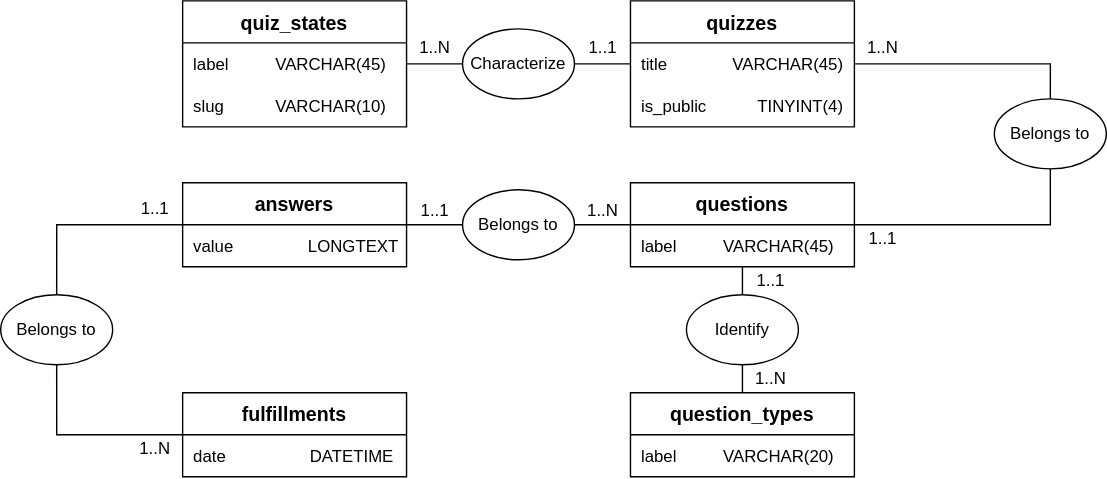
The draw.io diagram doc/db/cdm/diagram.svg in Nomeos/Looper, before a commit. Source tidied: cells renumbered, new cells last; positions are measured from the earlier drawing's top-left corner, leaving out a move shared by most shapes.
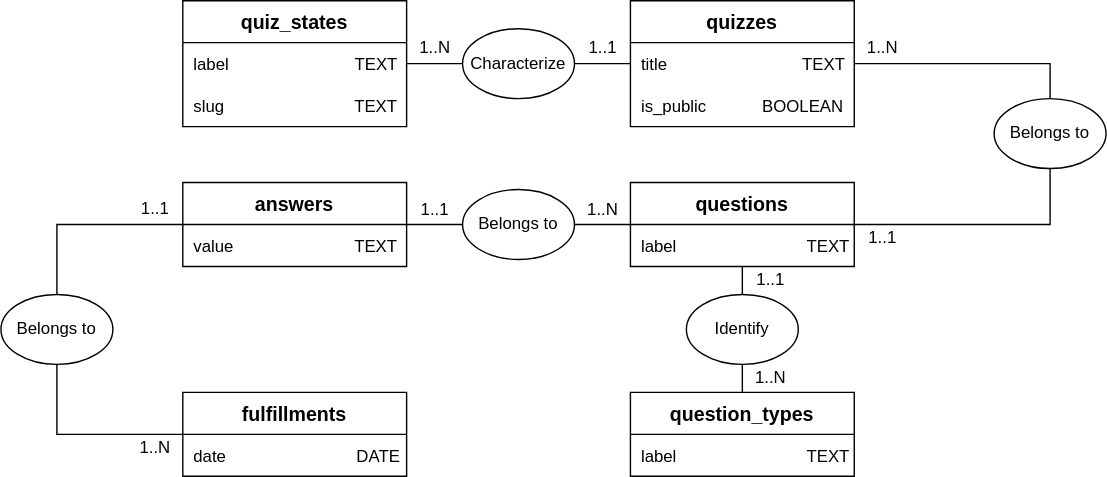
The same diagram one commit later.

Commit message:
Export new version of cdm to pdf and svg

Change to the diagram source:
```diff
@@ -5,43 +5,43 @@
     <mxCell id="2" value="quiz_states" style="swimlane;fontStyle=1;horizontal=1;startSize=30;align=center;fontSize=14;" parent="1" vertex="1">
       <mxGeometry x="130" width="160" height="90" as="geometry" />
     </mxCell>
-    <mxCell id="3" value="label          VARCHAR(45)" style="shape=partialRectangle;fillColor=none;top=0;left=0;bottom=0;right=0;align=left;spacingLeft=6;overflow=hidden;" parent="2" vertex="1">
+    <mxCell id="3" value="label                           TEXT" style="shape=partialRectangle;fillColor=none;top=0;left=0;bottom=0;right=0;align=left;spacingLeft=6;overflow=hidden;" parent="2" vertex="1">
       <mxGeometry y="30" width="160" height="30" as="geometry" />
     </mxCell>
-    <mxCell id="4" value="slug           VARCHAR(10)" style="shape=partialRectangle;fillColor=none;top=0;left=0;bottom=0;right=0;align=left;spacingLeft=6;overflow=hidden;" parent="2" vertex="1">
+    <mxCell id="4" value="slug                            TEXT" style="shape=partialRectangle;fillColor=none;top=0;left=0;bottom=0;right=0;align=left;spacingLeft=6;overflow=hidden;" parent="2" vertex="1">
       <mxGeometry y="60" width="160" height="30" as="geometry" />
     </mxCell>
     <mxCell id="5" value="quizzes" style="swimlane;fontStyle=1;horizontal=1;startSize=30;align=center;fontSize=14;" parent="1" vertex="1">
       <mxGeometry x="450" width="160" height="90" as="geometry" />
     </mxCell>
-    <mxCell id="6" value="title               VARCHAR(45)" style="shape=partialRectangle;fillColor=none;top=0;left=0;bottom=0;right=0;align=left;spacingLeft=6;overflow=hidden;" parent="5" vertex="1">
+    <mxCell id="6" value="title                             TEXT" style="shape=partialRectangle;fillColor=none;top=0;left=0;bottom=0;right=0;align=left;spacingLeft=6;overflow=hidden;" parent="5" vertex="1">
       <mxGeometry y="30" width="160" height="30" as="geometry" />
     </mxCell>
-    <mxCell id="7" value="is_public            TINYINT(4)" style="shape=partialRectangle;fillColor=none;top=0;left=0;bottom=0;right=0;align=left;spacingLeft=6;overflow=hidden;" parent="5" vertex="1">
+    <mxCell id="7" value="is_public            BOOLEAN" style="shape=partialRectangle;fillColor=none;top=0;left=0;bottom=0;right=0;align=left;spacingLeft=6;overflow=hidden;" parent="5" vertex="1">
       <mxGeometry y="60" width="160" height="30" as="geometry" />
     </mxCell>
     <mxCell id="8" value="question_types" style="swimlane;fontStyle=1;horizontal=1;startSize=30;align=center;fontSize=14;" parent="1" vertex="1">
       <mxGeometry x="450" y="280" width="160" height="60" as="geometry" />
     </mxCell>
-    <mxCell id="9" value="label          VARCHAR(20)" style="shape=partialRectangle;fillColor=none;top=0;left=0;bottom=0;right=0;align=left;spacingLeft=6;overflow=hidden;" parent="8" vertex="1">
+    <mxCell id="9" value="label                            TEXT" style="shape=partialRectangle;fillColor=none;top=0;left=0;bottom=0;right=0;align=left;spacingLeft=6;overflow=hidden;" parent="8" vertex="1">
       <mxGeometry y="30" width="160" height="30" as="geometry" />
     </mxCell>
     <mxCell id="10" value="questions" style="swimlane;fontStyle=1;horizontal=1;startSize=30;align=center;fontSize=14;" parent="1" vertex="1">
       <mxGeometry x="450" y="130" width="160" height="60" as="geometry" />
     </mxCell>
-    <mxCell id="11" value="label          VARCHAR(45)" style="shape=partialRectangle;fillColor=none;top=0;left=0;bottom=0;right=0;align=left;spacingLeft=6;overflow=hidden;" parent="10" vertex="1">
+    <mxCell id="11" value="label                            TEXT" style="shape=partialRectangle;fillColor=none;top=0;left=0;bottom=0;right=0;align=left;spacingLeft=6;overflow=hidden;" parent="10" vertex="1">
       <mxGeometry y="30" width="160" height="30" as="geometry" />
     </mxCell>
     <mxCell id="12" value="fulfillments" style="swimlane;fontStyle=1;horizontal=1;startSize=30;align=center;fontSize=14;" parent="1" vertex="1">
       <mxGeometry x="130" y="280" width="160" height="60" as="geometry" />
     </mxCell>
-    <mxCell id="13" value="date                   DATETIME" style="shape=partialRectangle;fillColor=none;top=0;left=0;bottom=0;right=0;align=left;spacingLeft=6;overflow=hidden;" parent="12" vertex="1">
+    <mxCell id="13" value="date                            DATE" style="shape=partialRectangle;fillColor=none;top=0;left=0;bottom=0;right=0;align=left;spacingLeft=6;overflow=hidden;" parent="12" vertex="1">
       <mxGeometry y="30" width="160" height="30" as="geometry" />
     </mxCell>
     <mxCell id="14" value="answers" style="swimlane;fontStyle=1;horizontal=1;startSize=30;align=center;fontSize=14;" parent="1" vertex="1">
       <mxGeometry x="130" y="130" width="160" height="60" as="geometry" />
     </mxCell>
-    <mxCell id="15" value="value                LONGTEXT" style="shape=partialRectangle;fillColor=none;top=0;left=0;bottom=0;right=0;align=left;spacingLeft=6;overflow=hidden;" parent="14" vertex="1">
+    <mxCell id="15" value="value                          TEXT" style="shape=partialRectangle;fillColor=none;top=0;left=0;bottom=0;right=0;align=left;spacingLeft=6;overflow=hidden;" parent="14" vertex="1">
       <mxGeometry y="30" width="160" height="30" as="geometry" />
     </mxCell>
     <mxCell id="16" value="Characterize" style="ellipse;whiteSpace=wrap;html=1;" parent="1" vertex="1">
```
